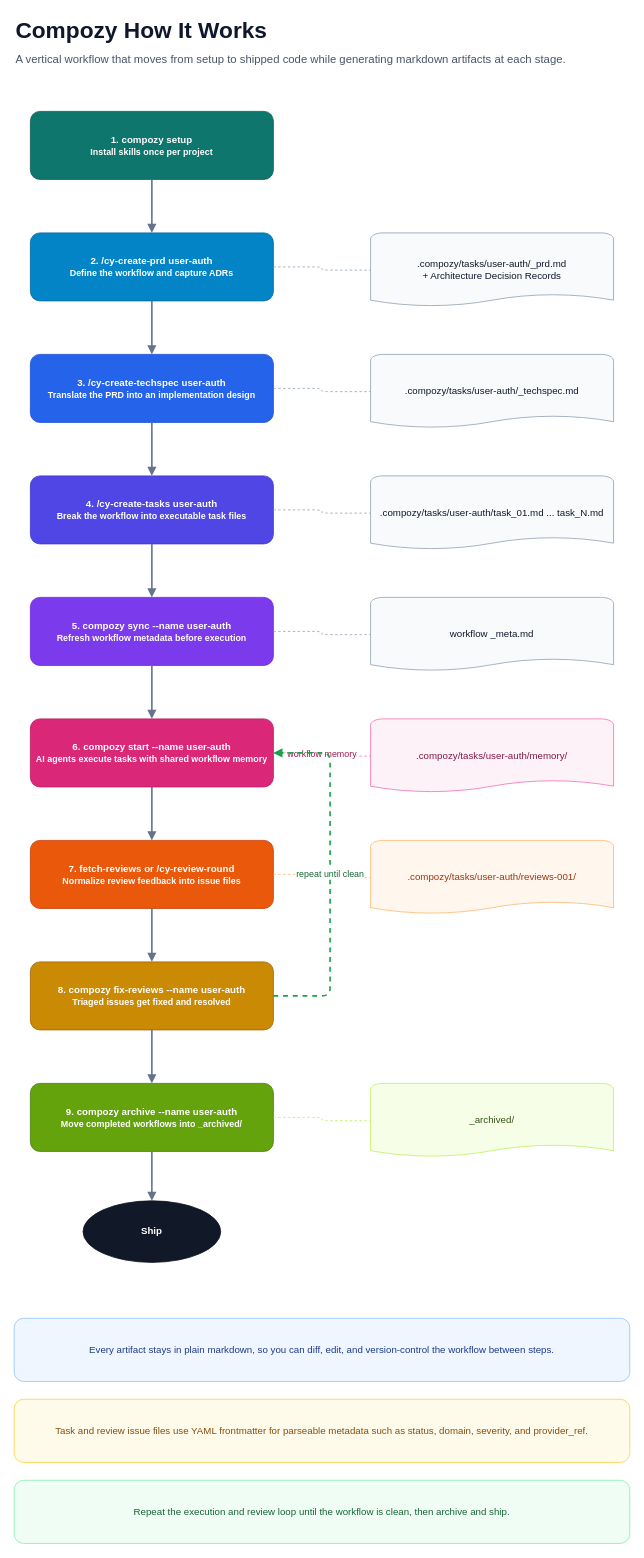
compozy/compozy keeps this draw.io diagram as imgs/how-it-works.drawio. Above is the earlier version. Source tidied: cells renumbered, new cells numbered last; positions are measured from the earlier drawing's top-left corner, leaving out a move shared by most shapes. Both pictures are drawn from the tidied source at 81%, with x=0, y=0 at pixel (14, 14).
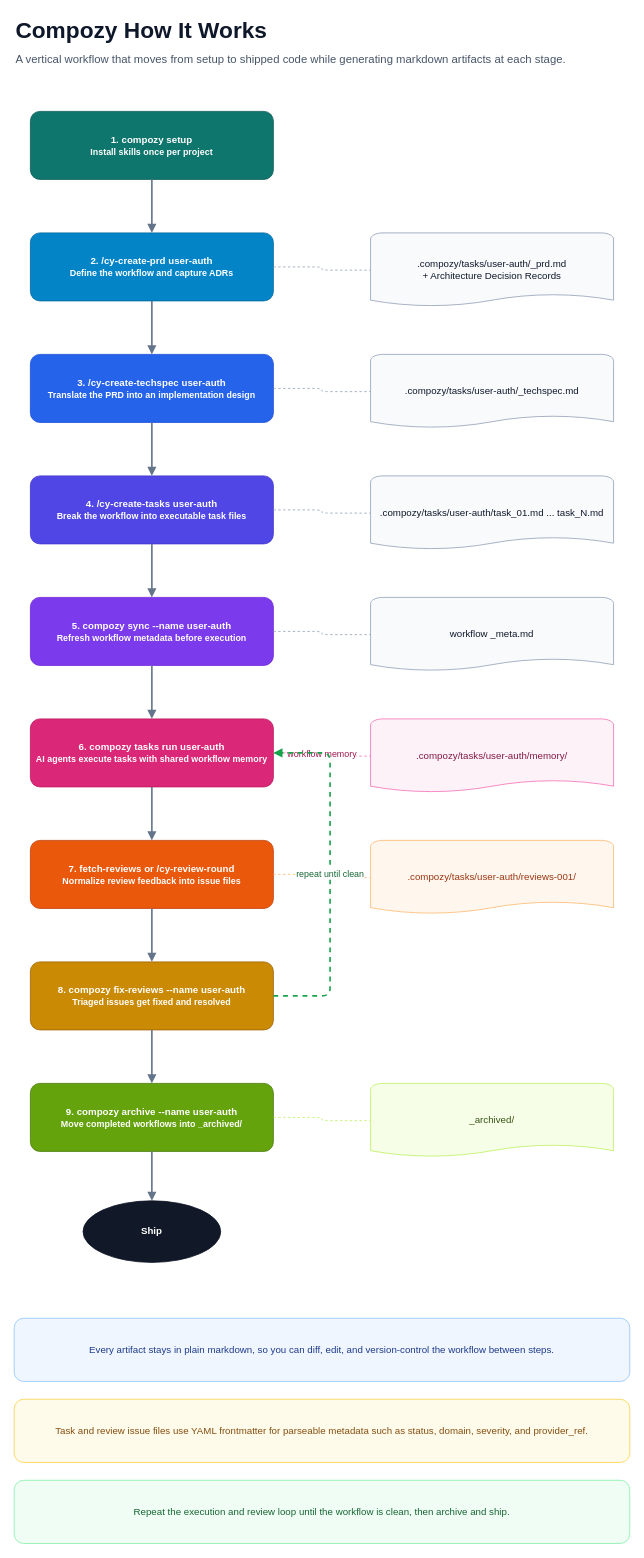
The same page after the edit.

The edit, as a diff of the source:
```diff
@@
-    <mxCell id="9" value="6. compozy start --name user-auth&lt;br&gt;&lt;font style=&quot;font-size:11px;&quot;&gt;AI agents execute tasks with shared workflow memory&lt;/font&gt;" style="rounded=1;whiteSpace=wrap;html=1;fillColor=#db2777;strokeColor=#be185d;fontColor=#ffffff;fontStyle=1;arcSize=14;" parent="1" vertex="1">
+    <mxCell id="9" value="6. compozy tasks run user-auth&lt;br&gt;&lt;font style=&quot;font-size:11px;&quot;&gt;AI agents execute tasks with shared workflow memory&lt;/font&gt;" style="rounded=1;whiteSpace=wrap;html=1;fillColor=#db2777;strokeColor=#be185d;fontColor=#ffffff;fontStyle=1;arcSize=14;" parent="1" vertex="1">
       <mxGeometry x="20" y="870" width="300" height="84" as="geometry" />
     </mxCell>
```
